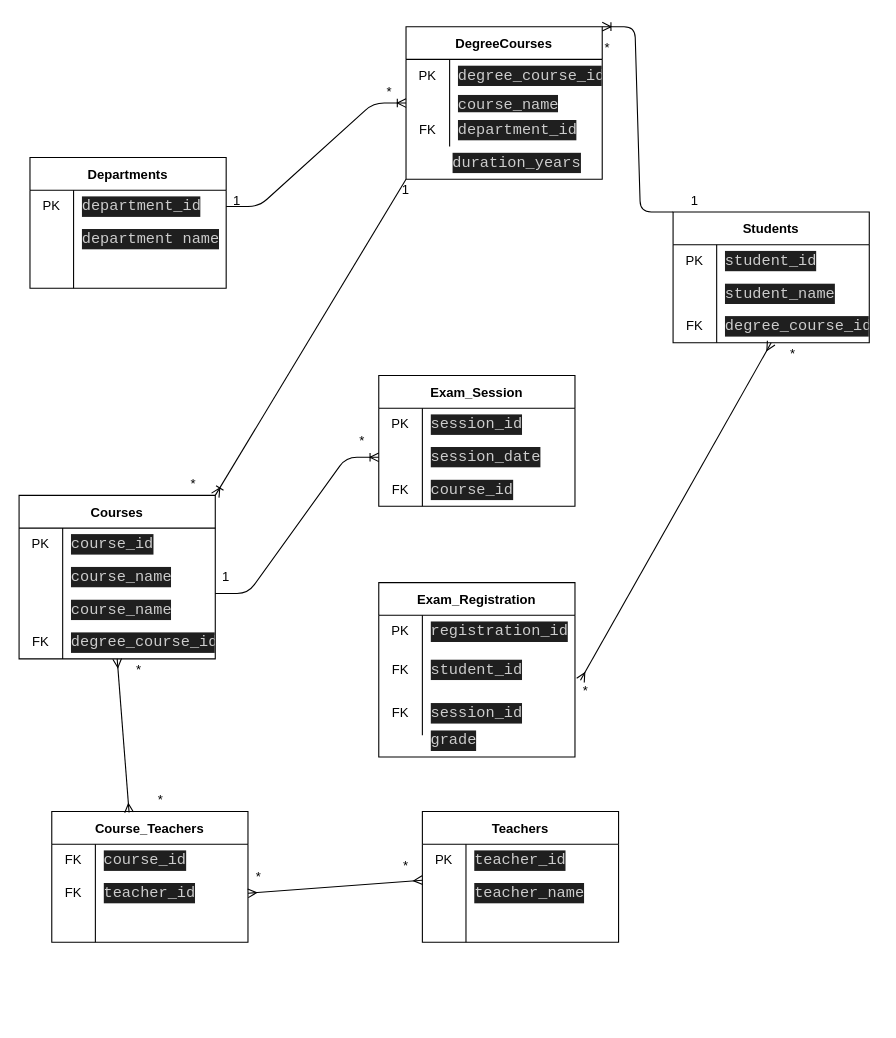
The draw.io diagram schemediagram.drawio in DarioBecchio/db-university, before the edit. Source tidied: cells renumbered, new cells numbered last; positions are measured from the earlier drawing's top-left corner, leaving out a move shared by most shapes. Both pictures are drawn from the tidied source at 109%, with x=0, y=0 at pixel (19, 26).
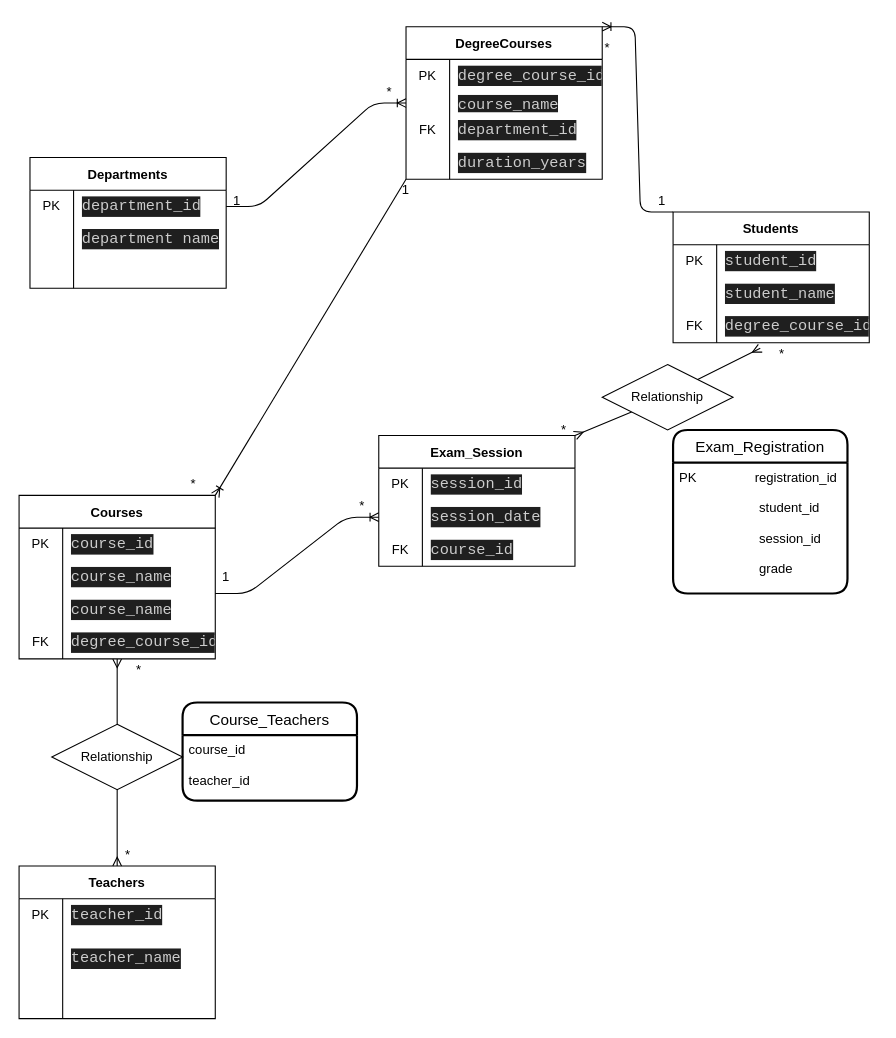
Above is the later version.

Unchanged cells that the change refers to:
```xml
<mxCell id="56" value="DegreeCourses" style="shape=table;startSize=30;childLayout=tableLayout;rowLines=0;fontStyle=1;" parent="1" vertex="1">
  <mxGeometry x="355" width="180" height="140" as="geometry" />
</mxCell>
<mxCell id="97" value="*" style="text;html=1;strokeColor=none;fillColor=none;align=center;verticalAlign=middle;whiteSpace=wrap;rounded=0;" parent="1" vertex="1">
  <mxGeometry x="90" y="580" width="40" height="20" as="geometry" />
</mxCell>
```

Change to the diagram source:
```diff
@@
-    <mxCell id="26" value="Course_Teachers" style="shape=table;startSize=30;childLayout=tableLayout;rowLines=0;fontStyle=1;" parent="1" vertex="1">
-      <mxGeometry x="30" y="720" width="180" height="120" as="geometry" />
-    </mxCell>
-    <mxCell id="27" style="shape=tableRow;horizontal=0;startSize=0;swimlaneHead=0;swimlaneBody=0;top=0;left=0;bottom=0;right=0;fillColor=none;" parent="26" vertex="1">
-      <mxGeometry y="30" width="180" height="30" as="geometry" />
-    </mxCell>
-    <mxCell id="28" value="FK" style="shape=partialRectangle;html=1;whiteSpace=wrap;fillColor=none;top=0;left=0;bottom=0;right=0;overflow=hidden;" parent="27" vertex="1">
-      <mxGeometry width="40" height="30" as="geometry" />
-    </mxCell>
-    <mxCell id="29" value="&lt;div style=&quot;color: rgb(204, 204, 204); background-color: rgb(31, 31, 31); font-family: Consolas, &amp;quot;Courier New&amp;quot;, monospace; font-size: 14px; line-height: 19px;&quot;&gt;course_id&lt;/div&gt;" style="shape=partialRectangle;html=1;whiteSpace=wrap;fillColor=none;top=0;left=0;bottom=0;right=0;align=left;spacingLeft=6;overflow=hidden;" parent="27" vertex="1">
-      <mxGeometry x="40" width="140" height="30" as="geometry" />
-    </mxCell>
-    <mxCell id="30" style="shape=tableRow;horizontal=0;startSize=0;swimlaneHead=0;swimlaneBody=0;top=0;left=0;bottom=0;right=0;fillColor=none;points=[[0,0.5],[1,0.5]];portConstraint=eastwest;" parent="26" vertex="1">
-      <mxGeometry y="60" width="180" height="30" as="geometry" />
-    </mxCell>
-    <mxCell id="31" value="FK" style="shape=partialRectangle;html=1;whiteSpace=wrap;fillColor=none;top=0;left=0;bottom=0;right=0;overflow=hidden;" parent="30" vertex="1">
-      <mxGeometry width="40" height="30" as="geometry" />
-    </mxCell>
-    <mxCell id="32" value="&lt;div style=&quot;color: rgb(204, 204, 204); background-color: rgb(31, 31, 31); font-family: Consolas, &amp;quot;Courier New&amp;quot;, monospace; font-size: 14px; line-height: 19px;&quot;&gt;teacher_id&lt;/div&gt;" style="shape=partialRectangle;html=1;whiteSpace=wrap;fillColor=none;top=0;left=0;bottom=0;right=0;align=left;spacingLeft=6;overflow=hidden;" parent="30" vertex="1">
-      <mxGeometry x="40" width="140" height="30" as="geometry" />
-    </mxCell>
-    <mxCell id="33" style="shape=tableRow;horizontal=0;startSize=0;swimlaneHead=0;swimlaneBody=0;top=0;left=0;bottom=0;right=0;fillColor=none;" parent="26" vertex="1">
-      <mxGeometry y="90" width="180" height="30" as="geometry" />
-    </mxCell>
-    <mxCell id="34" style="shape=partialRectangle;html=1;whiteSpace=wrap;fillColor=none;top=0;left=0;bottom=0;right=0;overflow=hidden;" parent="33" vertex="1">
-      <mxGeometry width="40" height="30" as="geometry" />
-    </mxCell>
-    <mxCell id="35" style="shape=partialRectangle;html=1;whiteSpace=wrap;fillColor=none;top=0;left=0;bottom=0;right=0;align=left;spacingLeft=6;overflow=hidden;" parent="33" vertex="1">
-      <mxGeometry x="40" width="140" height="30" as="geometry" />
-    </mxCell>
     <mxCell id="36" value="Exam_Session" style="shape=table;startSize=30;childLayout=tableLayout;rowLines=0;fontStyle=1;" parent="1" vertex="1">
-      <mxGeometry x="330" y="320" width="180" height="120" as="geometry" />
+      <mxGeometry x="330" y="375" width="180" height="120" as="geometry" />
     </mxCell>
@@
     <mxCell id="46" value="Teachers" style="shape=table;startSize=30;childLayout=tableLayout;rowLines=0;fontStyle=1;" parent="1" vertex="1">
-      <mxGeometry x="370" y="720" width="180" height="120" as="geometry" />
+      <mxGeometry y="770" width="180" height="140" as="geometry" />
     </mxCell>
@@
     <mxCell id="50" style="shape=tableRow;horizontal=0;startSize=0;swimlaneHead=0;swimlaneBody=0;top=0;left=0;bottom=0;right=0;fillColor=none;points=[[0,0.5],[1,0.5]];portConstraint=eastwest;" parent="46" vertex="1">
-      <mxGeometry y="60" width="180" height="30" as="geometry" />
+      <mxGeometry y="60" width="180" height="50" as="geometry" />
     </mxCell>
     <mxCell id="51" style="shape=partialRectangle;html=1;whiteSpace=wrap;fillColor=none;top=0;left=0;bottom=0;right=0;overflow=hidden;" parent="50" vertex="1">
-      <mxGeometry width="40" height="30" as="geometry" />
+      <mxGeometry width="40" height="50" as="geometry" />
     </mxCell>
     <mxCell id="52" value="&lt;div style=&quot;color: rgb(204, 204, 204); background-color: rgb(31, 31, 31); font-family: Consolas, &amp;quot;Courier New&amp;quot;, monospace; font-size: 14px; line-height: 19px;&quot;&gt;teacher_name&lt;/div&gt;" style="shape=partialRectangle;html=1;whiteSpace=wrap;fillColor=none;top=0;left=0;bottom=0;right=0;align=left;spacingLeft=6;overflow=hidden;" parent="50" vertex="1">
-      <mxGeometry x="40" width="140" height="30" as="geometry" />
+      <mxGeometry x="40" width="140" height="50" as="geometry" />
     </mxCell>
     <mxCell id="53" style="shape=tableRow;horizontal=0;startSize=0;swimlaneHead=0;swimlaneBody=0;top=0;left=0;bottom=0;right=0;fillColor=none;" parent="46" vertex="1">
-      <mxGeometry y="90" width="180" height="30" as="geometry" />
+      <mxGeometry y="110" width="180" height="30" as="geometry" />
     </mxCell>
@@
+    <mxCell id="111" style="shape=tableRow;horizontal=0;startSize=0;swimlaneHead=0;swimlaneBody=0;top=0;left=0;bottom=0;right=0;fillColor=none;" parent="56" vertex="1">
+      <mxGeometry y="110" width="180" height="30" as="geometry" />
+    </mxCell>
+    <mxCell id="34" style="shape=partialRectangle;html=1;whiteSpace=wrap;fillColor=none;top=0;left=0;bottom=0;right=0;overflow=hidden;" parent="111" vertex="1">
+      <mxGeometry width="40" height="30" as="geometry" />
+    </mxCell>
+    <mxCell id="112" value="&lt;div style=&quot;color: rgb(204, 204, 204); background-color: rgb(31, 31, 31); font-family: Consolas, &amp;quot;Courier New&amp;quot;, monospace; font-size: 14px; line-height: 19px;&quot;&gt;duration_years&lt;/div&gt;" style="shape=partialRectangle;html=1;whiteSpace=wrap;fillColor=none;top=0;left=0;bottom=0;right=0;align=left;spacingLeft=6;overflow=hidden;" parent="111" vertex="1">
+      <mxGeometry x="40" width="140" height="30" as="geometry" />
+    </mxCell>
@@
-    <mxCell id="76" value="Exam_Registration" style="shape=table;startSize=30;childLayout=tableLayout;rowLines=0;fontStyle=1;" parent="1" vertex="1">
-      <mxGeometry x="330" y="510" width="180" height="160" as="geometry" />
-    </mxCell>
-    <mxCell id="77" style="shape=tableRow;horizontal=0;startSize=0;swimlaneHead=0;swimlaneBody=0;top=0;left=0;bottom=0;right=0;fillColor=none;" parent="76" vertex="1">
-      <mxGeometry y="30" width="180" height="30" as="geometry" />
-    </mxCell>
-    <mxCell id="78" value="PK" style="shape=partialRectangle;html=1;whiteSpace=wrap;fillColor=none;top=0;left=0;bottom=0;right=0;overflow=hidden;" parent="77" vertex="1">
-      <mxGeometry width="40" height="30" as="geometry" />
-    </mxCell>
-    <mxCell id="79" value="&lt;div style=&quot;color: rgb(204, 204, 204); background-color: rgb(31, 31, 31); font-family: Consolas, &amp;quot;Courier New&amp;quot;, monospace; font-size: 14px; line-height: 19px;&quot;&gt;registration_id&lt;/div&gt;" style="shape=partialRectangle;html=1;whiteSpace=wrap;fillColor=none;top=0;left=0;bottom=0;right=0;align=left;spacingLeft=6;overflow=hidden;" parent="77" vertex="1">
-      <mxGeometry x="40" width="140" height="30" as="geometry" />
-    </mxCell>
-    <mxCell id="80" style="shape=tableRow;horizontal=0;startSize=0;swimlaneHead=0;swimlaneBody=0;top=0;left=0;bottom=0;right=0;fillColor=none;points=[[0,0.5],[1,0.5]];portConstraint=eastwest;" parent="76" vertex="1">
-      <mxGeometry y="60" width="180" height="40" as="geometry" />
-    </mxCell>
-    <mxCell id="81" value="FK" style="shape=partialRectangle;html=1;whiteSpace=wrap;fillColor=none;top=0;left=0;bottom=0;right=0;overflow=hidden;" parent="80" vertex="1">
-      <mxGeometry width="40" height="40" as="geometry" />
-    </mxCell>
-    <mxCell id="82" value="&lt;div style=&quot;color: rgb(204, 204, 204); background-color: rgb(31, 31, 31); font-family: Consolas, &amp;quot;Courier New&amp;quot;, monospace; font-size: 14px; line-height: 19px;&quot;&gt;student_id&lt;/div&gt;" style="shape=partialRectangle;html=1;whiteSpace=wrap;fillColor=none;top=0;left=0;bottom=0;right=0;align=left;spacingLeft=6;overflow=hidden;" parent="80" vertex="1">
-      <mxGeometry x="40" width="140" height="40" as="geometry" />
-    </mxCell>
-    <mxCell id="83" style="shape=tableRow;horizontal=0;startSize=0;swimlaneHead=0;swimlaneBody=0;top=0;left=0;bottom=0;right=0;fillColor=none;" parent="76" vertex="1">
-      <mxGeometry y="100" width="180" height="40" as="geometry" />
-    </mxCell>
-    <mxCell id="84" value="FK" style="shape=partialRectangle;html=1;whiteSpace=wrap;fillColor=none;top=0;left=0;bottom=0;right=0;overflow=hidden;" parent="83" vertex="1">
-      <mxGeometry width="40" height="40" as="geometry" />
-    </mxCell>
-    <mxCell id="85" value="&lt;div style=&quot;color: rgb(204, 204, 204); background-color: rgb(31, 31, 31); font-family: Consolas, &amp;quot;Courier New&amp;quot;, monospace; font-size: 14px; line-height: 19px;&quot;&gt;session_id&lt;/div&gt;" style="shape=partialRectangle;html=1;whiteSpace=wrap;fillColor=none;top=0;left=0;bottom=0;right=0;align=left;spacingLeft=6;overflow=hidden;" parent="83" vertex="1">
-      <mxGeometry x="40" width="140" height="40" as="geometry" />
-    </mxCell>
@@
-    <mxCell id="87" value="&lt;div style=&quot;color: rgb(204, 204, 204); background-color: rgb(31, 31, 31); font-family: Consolas, &amp;quot;Courier New&amp;quot;, monospace; font-size: 14px; line-height: 19px;&quot;&gt;grade&lt;/div&gt;" style="shape=partialRectangle;html=1;whiteSpace=wrap;fillColor=none;top=0;left=0;bottom=0;right=0;align=left;spacingLeft=6;overflow=hidden;" parent="1" vertex="1">
-      <mxGeometry x="370" y="640" width="140" height="30" as="geometry" />
-    </mxCell>
-    <mxCell id="88" value="&lt;div style=&quot;color: rgb(204, 204, 204); background-color: rgb(31, 31, 31); font-family: Consolas, &amp;quot;Courier New&amp;quot;, monospace; font-size: 14px; line-height: 19px;&quot;&gt;duration_years&lt;/div&gt;" style="shape=partialRectangle;html=1;whiteSpace=wrap;fillColor=none;top=0;left=0;bottom=0;right=0;align=left;spacingLeft=6;overflow=hidden;" parent="1" vertex="1">
-      <mxGeometry x="390" y="110" width="140" height="30" as="geometry" />
+    <mxCell id="88" value="&lt;div style=&quot;color: rgb(204, 204, 204); background-color: rgb(31, 31, 31); font-family: Consolas, &amp;quot;Courier New&amp;quot;, monospace; font-size: 14px; line-height: 19px;&quot;&gt;&lt;br&gt;&lt;/div&gt;" style="shape=partialRectangle;html=1;whiteSpace=wrap;fillColor=none;top=0;left=0;bottom=0;right=0;align=left;spacingLeft=6;overflow=hidden;" parent="1" vertex="1">
+      <mxGeometry x="380" y="200" width="140" height="30" as="geometry" />
     </mxCell>
@@
-    <mxCell id="96" style="fontSize=12;html=1;endArrow=ERmany;startArrow=ERmany;entryX=0.394;entryY=0.007;entryDx=0;entryDy=0;exitX=0;exitY=0;exitDx=0;exitDy=0;entryPerimeter=0;" parent="1" edge="1" source="97" target="26">
+    <mxCell id="96" style="fontSize=12;html=1;endArrow=ERmany;startArrow=none;entryX=0.5;entryY=0;entryDx=0;entryDy=0;exitX=0.5;exitY=1;exitDx=0;exitDy=0;" parent="1" edge="1" source="114" target="46">
       <mxGeometry relative="1" as="geometry" />
     </mxCell>
@@
     <mxCell id="98" value="*" style="text;html=1;strokeColor=none;fillColor=none;align=center;verticalAlign=middle;whiteSpace=wrap;rounded=0;" parent="1" vertex="1">
-      <mxGeometry x="110" y="700" width="40" height="20" as="geometry" />
+      <mxGeometry x="80" y="750" width="40" height="20" as="geometry" />
     </mxCell>
-    <mxCell id="99" style="fontSize=12;html=1;endArrow=ERmany;startArrow=ERmany;exitX=0;exitY=0.1;exitDx=0;exitDy=0;exitPerimeter=0;entryX=1;entryY=0.5;entryDx=0;entryDy=0;" parent="1" edge="1" source="50" target="30">
-      <mxGeometry relative="1" as="geometry" />
-    </mxCell>
-    <mxCell id="100" value="*" style="text;html=1;strokeColor=none;fillColor=none;align=center;verticalAlign=middle;whiteSpace=wrap;rounded=0;" parent="1" vertex="1">
-      <mxGeometry x="200" y="770" width="40" height="20" as="geometry" />
-    </mxCell>
-    <mxCell id="101" value="*" style="text;html=1;strokeColor=none;fillColor=none;align=center;verticalAlign=middle;whiteSpace=wrap;rounded=0;" parent="1" vertex="1">
-      <mxGeometry x="335" y="760" width="40" height="20" as="geometry" />
-    </mxCell>
@@
     <mxCell id="103" value="1" style="text;html=1;strokeColor=none;fillColor=none;align=center;verticalAlign=middle;whiteSpace=wrap;rounded=0;" parent="1" vertex="1">
-      <mxGeometry x="600" y="150" width="40" height="20" as="geometry" />
+      <mxGeometry x="570" y="150" width="40" height="20" as="geometry" />
     </mxCell>
@@
     <mxCell id="107" value="*" style="text;html=1;strokeColor=none;fillColor=none;align=center;verticalAlign=middle;whiteSpace=wrap;rounded=0;" parent="1" vertex="1">
-      <mxGeometry x="295" y="370" width="40" height="20" as="geometry" />
+      <mxGeometry x="295" y="430" width="40" height="20" as="geometry" />
     </mxCell>
-    <mxCell id="108" style="fontSize=12;html=1;endArrow=ERmany;startArrow=ERmany;exitX=1.028;exitY=0.742;exitDx=0;exitDy=0;exitPerimeter=0;entryX=0;entryY=0;entryDx=0;entryDy=0;" parent="1" edge="1" source="80" target="110">
-      <mxGeometry relative="1" as="geometry" />
+    <mxCell id="108" style="fontSize=12;html=1;endArrow=ERmany;startArrow=ERmany;entryX=0;entryY=0.25;entryDx=0;entryDy=0;" parent="1" edge="1" target="110">
+      <mxGeometry relative="1" as="geometry">
+        <mxPoint x="510" y="375" as="sourcePoint" />
+        <Array as="points">
+          <mxPoint x="570" y="350" />
+        </Array>
+      </mxGeometry>
     </mxCell>
     <mxCell id="109" value="*" style="text;html=1;strokeColor=none;fillColor=none;align=center;verticalAlign=middle;whiteSpace=wrap;rounded=0;" parent="1" vertex="1">
-      <mxGeometry x="500" y="600" width="40" height="20" as="geometry" />
+      <mxGeometry x="480" y="360" width="40" height="20" as="geometry" />
     </mxCell>
     <mxCell id="110" value="*" style="text;html=1;strokeColor=none;fillColor=none;align=center;verticalAlign=middle;whiteSpace=wrap;rounded=0;" parent="1" vertex="1">
-      <mxGeometry x="690" y="290" width="40" height="20" as="geometry" />
+      <mxGeometry x="680" y="290" width="40" height="20" as="geometry" />
     </mxCell>
+    <mxCell id="113" style="fontSize=12;html=1;endArrow=none;startArrow=ERmany;entryX=0.5;entryY=0;entryDx=0;entryDy=0;exitX=0;exitY=0;exitDx=0;exitDy=0;" parent="1" edge="1" source="97" target="114">
+      <mxGeometry relative="1" as="geometry" />
+    </mxCell>
+    <mxCell id="114" value="Relationship" style="shape=rhombus;perimeter=rhombusPerimeter;whiteSpace=wrap;html=1;align=center;" parent="1" vertex="1">
+      <mxGeometry x="30" y="640" width="120" height="60" as="geometry" />
+    </mxCell>
+    <mxCell id="26" value="Course_Teachers" style="swimlane;horizontal=1;startSize=30;rounded=1;fontSize=14;fontStyle=0;strokeWidth=2;shadow=0;dashed=0;align=center;" parent="1" vertex="1">
+      <mxGeometry x="150" y="620" width="160" height="90" as="geometry" />
+    </mxCell>
+    <mxCell id="115" value="course_id&#10;&#10;teacher_id&#10;" style="align=left;strokeColor=none;fillColor=none;spacingLeft=4;fontSize=12;verticalAlign=top;" parent="26" vertex="1">
+      <mxGeometry y="30" width="160" height="60" as="geometry" />
+    </mxCell>
+    <mxCell id="116" value="Relationship" style="shape=rhombus;perimeter=rhombusPerimeter;whiteSpace=wrap;html=1;align=center;" parent="1" vertex="1">
+      <mxGeometry x="535" y="310" width="120" height="60" as="geometry" />
+    </mxCell>
+    <mxCell id="76" value="Exam_Registration" style="swimlane;horizontal=1;startSize=30;rounded=1;fontSize=14;fontStyle=0;strokeWidth=2;shadow=0;dashed=0;align=center;" parent="1" vertex="1">
+      <mxGeometry x="600" y="370" width="160" height="150" as="geometry" />
+    </mxCell>
+    <mxCell id="117" value="PK                registration_id           &#10;&#10;                      student_id&#10;&#10;                      session_id&#10;&#10;                      grade&#10;" style="align=left;strokeColor=none;fillColor=none;spacingLeft=4;fontSize=12;verticalAlign=top;" parent="76" vertex="1">
+      <mxGeometry y="30" width="160" height="120" as="geometry" />
+    </mxCell>
```
